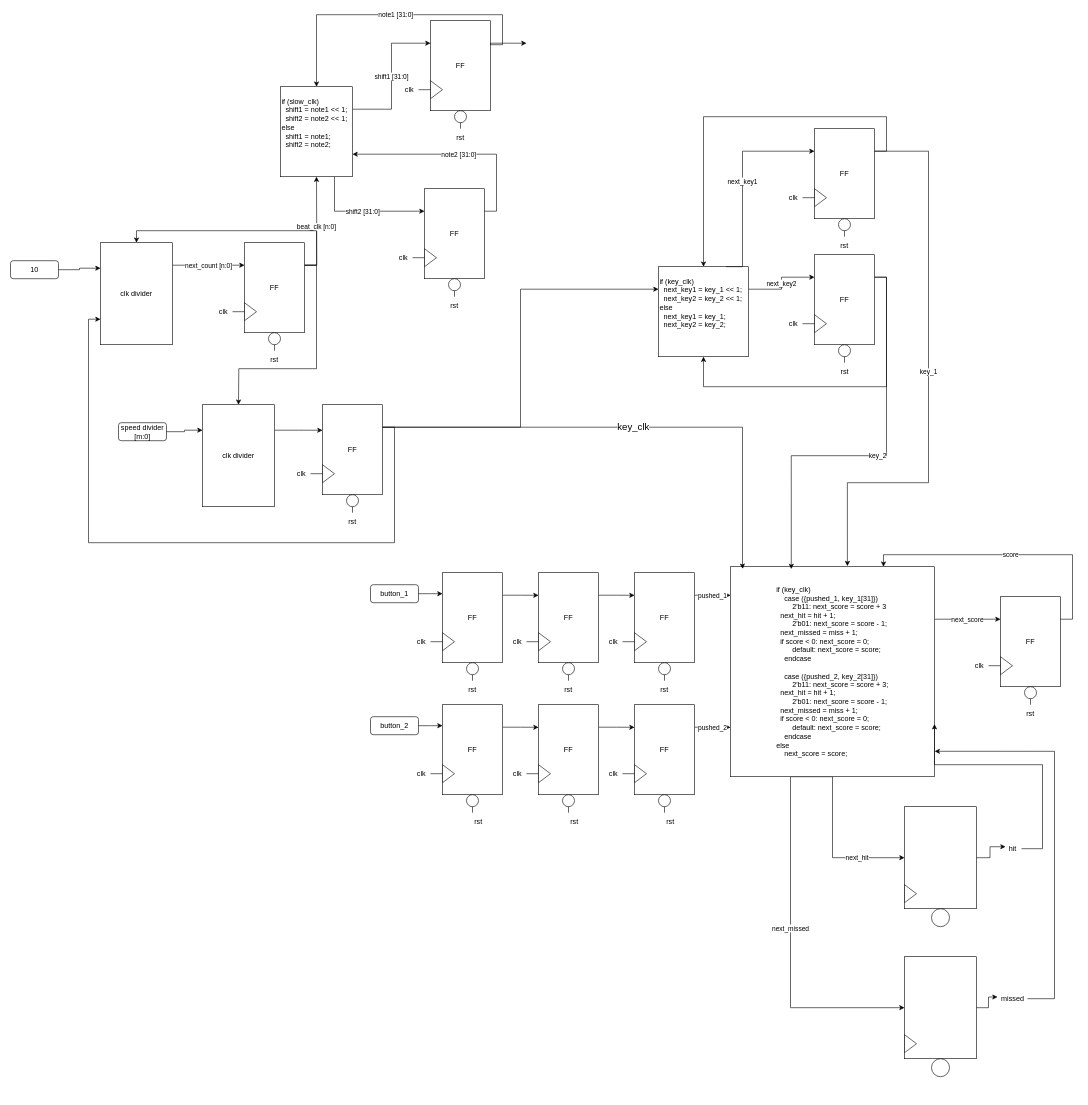
Before: page "Top RTL" (1 of 2) of Untitled Diagram.drawio in chepemike25/STARS-RTL-desgin-Mike-Shresth-Claire-Jakob-w-Fahad-2.0, a draw.io diagram. Source tidied: cells renumbered, new cells numbered last; positions are measured from the earlier drawing's top-left corner, leaving out a move shared by most shapes. Both pictures are drawn from the tidied source at 60%, with x=0, y=0 at pixel (10, 14).
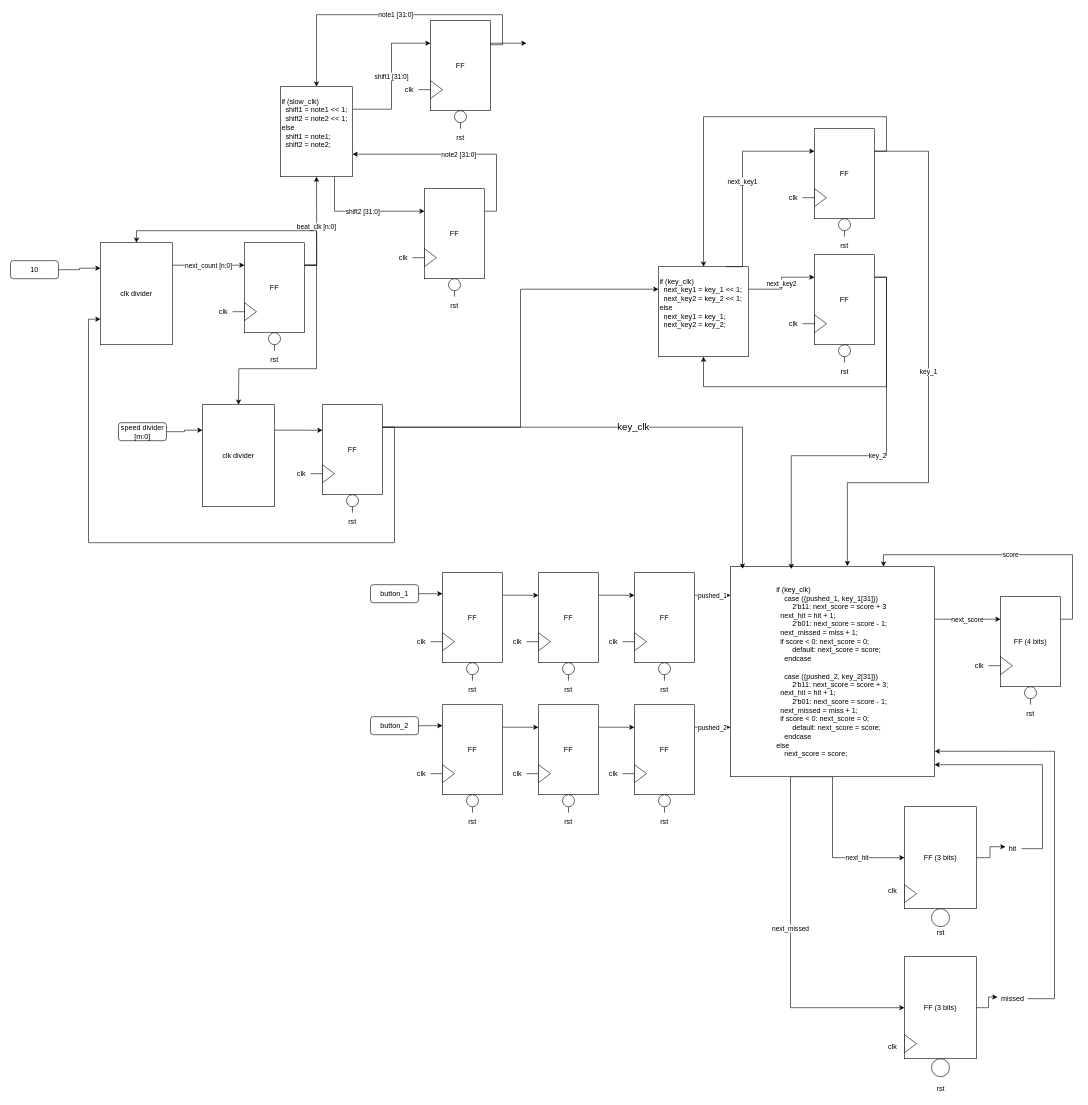
The same diagram, later.

Unchanged cells that the change refers to:
```xml
<mxCell id="81" style="group;" parent="1" vertex="1">
  <mxGeometry x="680" y="1150" width="150" height="210" as="geometry" />
</mxCell>
<mxCell id="90" style="group;" parent="1" vertex="1">
  <mxGeometry x="840" y="1150" width="150" height="210" as="geometry" />
</mxCell>
<mxCell id="99" style="group;" parent="1" vertex="1">
  <mxGeometry x="1000" y="1150" width="150" height="210" as="geometry" />
</mxCell>
<mxCell id="113" value="&lt;div style=&quot;text-align: left&quot;&gt;&lt;span&gt;if (key_clk)&lt;/span&gt;&lt;br&gt;&lt;/div&gt;&lt;div style=&quot;text-align: left&quot;&gt;&lt;span&gt;&lt;span&gt;&lt;span&gt;&amp;nbsp;&amp;nbsp;&amp;nbsp;&amp;nbsp;&lt;/span&gt;&lt;/span&gt;case ({pushed_1, key_1[31]})&lt;/span&gt;&lt;/div&gt;&lt;div style=&quot;text-align: left&quot;&gt;&lt;span&gt;&lt;span&gt;&lt;span&gt;&amp;nbsp;&amp;nbsp;&amp;nbsp;&amp;nbsp;&lt;/span&gt;&lt;span&gt;&lt;span&gt;&amp;nbsp;&amp;nbsp;&amp;nbsp;&amp;nbsp;&lt;/span&gt;&lt;/span&gt;2&lt;/span&gt;'b11: next_score = score + 3&lt;br&gt;&lt;/span&gt;&lt;/div&gt;&lt;div style=&quot;text-align: left&quot;&gt;&lt;span&gt;&lt;span&gt; &lt;/span&gt;&lt;span&gt; &lt;span&gt; &lt;/span&gt;&lt;span style=&quot;white-space: pre&quot;&gt; &lt;/span&gt;&lt;span style=&quot;white-space: pre&quot;&gt; &lt;/span&gt;n&lt;/span&gt;ext_hit = hit + 1;&lt;br&gt;&lt;/span&gt;&lt;/div&gt;&lt;div style=&quot;text-align: left&quot;&gt;&lt;span&gt;&lt;span&gt;&lt;span&gt;&amp;nbsp;&amp;nbsp;&amp;nbsp;&amp;nbsp;&lt;/span&gt;&lt;/span&gt;&lt;span&gt;&lt;span&gt;&amp;nbsp;&amp;nbsp;&amp;nbsp;&amp;nbsp;&lt;/span&gt;&lt;/span&gt;2'b01: next_score = score - 1;&lt;br&gt;&lt;/span&gt;&lt;/div&gt;&lt;div style=&quot;text-align: left&quot;&gt;&lt;span&gt;&lt;span&gt; &lt;/span&gt;&lt;span&gt; &lt;/span&gt;&lt;span&gt; &lt;/span&gt;&lt;span style=&quot;white-space: pre&quot;&gt; &lt;/span&gt;&lt;span style=&quot;white-space: pre&quot;&gt; &lt;/span&gt;next_missed = miss + 1;&lt;br&gt;&lt;/span&gt;&lt;/div&gt;&lt;div style=&quot;text-align: left&quot;&gt;&lt;span&gt;&lt;span style=&quot;white-space: pre&quot;&gt; &lt;/span&gt;&lt;span style=&quot;white-space: pre&quot;&gt; &lt;/span&gt;if score &amp;lt; 0: next_score = 0;&lt;br&gt;&lt;/span&gt;&lt;/div&gt;&lt;div style=&quot;text-align: left&quot;&gt;&lt;span&gt;&lt;span&gt;&lt;span&gt;&amp;nbsp;&amp;nbsp;&amp;nbsp;&amp;nbsp;&lt;/span&gt;&lt;/span&gt;&lt;span&gt;&lt;span&gt;&amp;nbsp;&amp;nbsp;&amp;nbsp;&amp;nbsp;&lt;/span&gt;&lt;/span&gt;default: next_score = score;&lt;br&gt;&lt;/span&gt;&lt;/div&gt;&lt;div style=&quot;text-align: left&quot;&gt;&lt;span&gt;&lt;span&gt;&lt;span&gt;&amp;nbsp;&amp;nbsp;&amp;nbsp;&amp;nbsp;&lt;/span&gt;&lt;/span&gt;endcase&lt;br&gt;&lt;/span&gt;&lt;/div&gt;&lt;div style=&quot;text-align: left&quot;&gt;&lt;span&gt;&lt;br&gt;&lt;/span&gt;&lt;/div&gt;&lt;div style=&quot;text-align: left&quot;&gt;&lt;div&gt;&amp;nbsp; &amp;nbsp; case ({pushed_2, key_2[31]})&lt;span&gt;&lt;/span&gt;&lt;/div&gt;&lt;div&gt;&lt;span&gt;&lt;span&gt;&lt;span&gt;&amp;nbsp;&amp;nbsp;&amp;nbsp;&amp;nbsp;&lt;/span&gt;&lt;span&gt;&lt;span&gt;&amp;nbsp;&amp;nbsp;&amp;nbsp;&amp;nbsp;&lt;/span&gt;&lt;/span&gt;2&lt;/span&gt;'b11: next_score = score + 3;&lt;br&gt;&lt;/span&gt;&lt;/div&gt;&lt;div&gt;&lt;span&gt;&lt;span&gt; &lt;/span&gt;&lt;/span&gt;&lt;span&gt; &lt;/span&gt;&lt;span&gt; &lt;span&gt; &lt;/span&gt;&lt;span style=&quot;white-space: pre&quot;&gt; &lt;/span&gt;&lt;span style=&quot;white-space: pre&quot;&gt; &lt;/span&gt;n&lt;/span&gt;&lt;span&gt;ext_hit = hit + 1;&lt;/span&gt;&lt;/div&gt;&lt;div&gt;&lt;span&gt;&lt;span&gt;&lt;span&gt;&amp;nbsp;&amp;nbsp;&amp;nbsp;&amp;nbsp;&lt;/span&gt;&lt;/span&gt;&lt;span&gt;&lt;span&gt;&amp;nbsp;&amp;nbsp;&amp;nbsp;&amp;nbsp;&lt;/span&gt;&lt;/span&gt;2'b01: next_score = score - 1;&lt;br&gt;&lt;/span&gt;&lt;/div&gt;&lt;div&gt;&lt;span&gt;&lt;span style=&quot;white-space: pre&quot;&gt; &lt;/span&gt;&lt;span style=&quot;white-space: pre&quot;&gt; &lt;/span&gt;next_missed = miss + 1;&lt;br&gt;&lt;/span&gt;&lt;/div&gt;&lt;div&gt;&lt;span&gt;&lt;span style=&quot;white-space: pre&quot;&gt; &lt;/span&gt;&lt;span style=&quot;white-space: pre&quot;&gt; &lt;/span&gt;if score &amp;lt; 0: next_score = 0;&lt;br&gt;&lt;/span&gt;&lt;/div&gt;&lt;div&gt;&lt;span&gt;&lt;span&gt;&lt;span&gt;&amp;nbsp;&amp;nbsp;&amp;nbsp;&amp;nbsp;&lt;/span&gt;&lt;/span&gt;&lt;span&gt;&lt;span&gt;&amp;nbsp;&amp;nbsp;&amp;nbsp;&amp;nbsp;&lt;/span&gt;&lt;/span&gt;default: next_score = score;&lt;br&gt;&lt;/span&gt;&lt;/div&gt;&lt;div&gt;&lt;span&gt;&lt;span&gt;&lt;span&gt;&amp;nbsp;&amp;nbsp;&amp;nbsp;&amp;nbsp;&lt;/span&gt;&lt;/span&gt;endcase&lt;/span&gt;&lt;/div&gt;&lt;/div&gt;&lt;div style=&quot;text-align: left&quot;&gt;&lt;span&gt;else&lt;/span&gt;&lt;/div&gt;&lt;div style=&quot;text-align: left&quot;&gt;&lt;span&gt;&lt;span&gt;&lt;span&gt;&amp;nbsp;&amp;nbsp;&amp;nbsp;&amp;nbsp;&lt;/span&gt;&lt;/span&gt;next_score = score;&lt;br&gt;&lt;/span&gt;&lt;/div&gt;" style="rounded=0;whiteSpace=wrap;html=1;" parent="1" vertex="1">
  <mxGeometry x="1200" y="920" width="340" height="350" as="geometry" />
</mxCell>
<mxCell id="115" style="group;" parent="1" vertex="1">
  <mxGeometry x="1600" y="970" width="160" height="210" as="geometry" />
</mxCell>
<mxCell id="148" style="group;" parent="1" vertex="1">
  <mxGeometry x="1490" y="1320" width="120" height="200" as="geometry" />
</mxCell>
<mxCell id="152" style="group;" parent="1" vertex="1">
  <mxGeometry x="1490" y="1570" width="120" height="200" as="geometry" />
</mxCell>
<mxCell id="157" value="hit" style="text;html=1;align=center;verticalAlign=middle;points=[];strokeColor=none;fillColor=none;" parent="1" vertex="1">
  <mxGeometry x="1655" y="1380" width="30" height="20" as="geometry" />
</mxCell>
```

Diff of the diagram source:
```diff
@@
     <mxCell id="88" value="rst" style="text;html=1;strokeColor=none;fillColor=none;align=center;verticalAlign=middle;whiteSpace=wrap;rounded=0;" parent="81" vertex="1">
-      <mxGeometry x="85" y="180" width="30" height="30" as="geometry" />
+      <mxGeometry x="75" y="180" width="30" height="30" as="geometry" />
     </mxCell>
@@
     <mxCell id="97" value="rst" style="text;html=1;strokeColor=none;fillColor=none;align=center;verticalAlign=middle;whiteSpace=wrap;rounded=0;" parent="90" vertex="1">
-      <mxGeometry x="85" y="180" width="30" height="30" as="geometry" />
+      <mxGeometry x="75" y="180" width="30" height="30" as="geometry" />
     </mxCell>
@@
     <mxCell id="106" value="rst" style="text;html=1;strokeColor=none;fillColor=none;align=center;verticalAlign=middle;whiteSpace=wrap;rounded=0;" parent="99" vertex="1">
-      <mxGeometry x="85" y="180" width="30" height="30" as="geometry" />
+      <mxGeometry x="75" y="180" width="30" height="30" as="geometry" />
     </mxCell>
@@
-    <mxCell id="116" value="FF" style="rounded=0;whiteSpace=wrap;html=1;" parent="115" vertex="1">
+    <mxCell id="116" value="FF (4 bits)" style="rounded=0;whiteSpace=wrap;html=1;" parent="115" vertex="1">
       <mxGeometry x="50" width="100" height="150" as="geometry" />
     </mxCell>
@@
-    <mxCell id="149" style="rounded=0;whiteSpace=wrap;html=1;" parent="148" vertex="1">
+    <mxCell id="149" value="FF (3 bits)" style="rounded=0;whiteSpace=wrap;html=1;" parent="148" vertex="1">
       <mxGeometry width="120" height="170" as="geometry" />
     </mxCell>
@@
-    <mxCell id="153" style="rounded=0;whiteSpace=wrap;html=1;" parent="152" vertex="1">
+    <mxCell id="153" value="FF (3 bits)" style="rounded=0;whiteSpace=wrap;html=1;" parent="152" vertex="1">
       <mxGeometry width="120" height="170" as="geometry" />
     </mxCell>
@@
-    <mxCell id="156" style="edgeStyle=orthogonalEdgeStyle;rounded=0;jettySize=auto;html=1;entryX=1;entryY=0.75;entryDx=0;entryDy=0;" parent="1" edge="1" source="157" target="113">
+    <mxCell id="156" style="edgeStyle=orthogonalEdgeStyle;rounded=0;jettySize=auto;html=1;" parent="1" edge="1" source="157">
       <mxGeometry relative="1" as="geometry">
+        <mxPoint x="1540" y="1250" as="targetPoint" />
         <Array as="points">
           <mxPoint x="1720" y="1390" />
           <mxPoint x="1720" y="1250" />
+          <mxPoint x="1540" y="1250" />
         </Array>
       </mxGeometry>
     </mxCell>
@@
+    <mxCell id="162" value="clk" style="text;html=1;align=center;verticalAlign=middle;strokeColor=none;fillColor=none;" parent="1" vertex="1">
+      <mxGeometry x="1455" y="1450" width="30" height="20" as="geometry" />
+    </mxCell>
+    <mxCell id="163" value="rst" style="text;html=1;align=center;verticalAlign=middle;strokeColor=none;fillColor=none;" parent="1" vertex="1">
+      <mxGeometry x="1535" y="1520" width="30" height="20" as="geometry" />
+    </mxCell>
+    <mxCell id="164" value="clk" style="text;html=1;align=center;verticalAlign=middle;strokeColor=none;fillColor=none;" parent="1" vertex="1">
+      <mxGeometry x="1455" y="1710" width="30" height="20" as="geometry" />
+    </mxCell>
+    <mxCell id="165" value="rst" style="text;html=1;align=center;verticalAlign=middle;strokeColor=none;fillColor=none;" parent="1" vertex="1">
+      <mxGeometry x="1535" y="1780" width="30" height="20" as="geometry" />
+    </mxCell>
```
